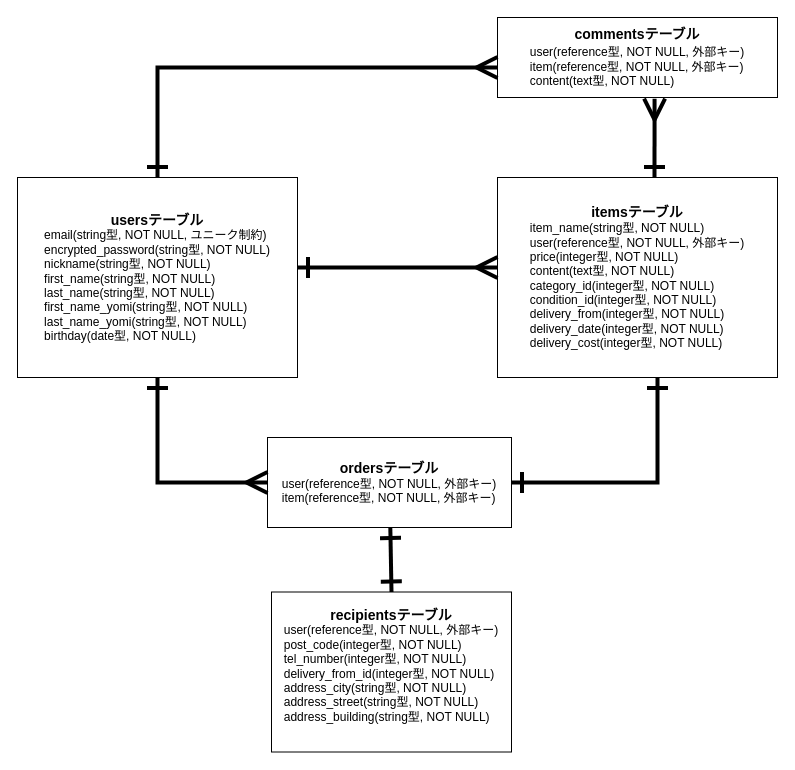
Earlier version of the draw.io diagram config/erzu.dio (tsukitoremon/furima-39857). Source tidied: cells renumbered, new cells numbered last; positions are measured from the earlier drawing's top-left corner, leaving out a move shared by most shapes. Both pictures are drawn from the tidied source at 100%, with x=0, y=0 at pixel (17, 17).
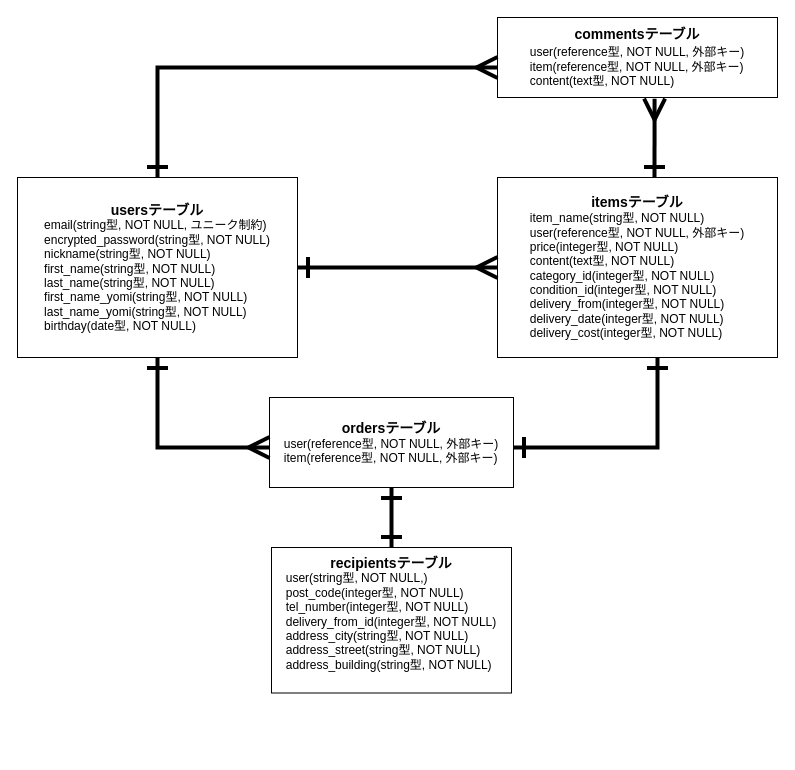
After the change.

Commit message (it also covers changes not shown here):
#3 データベース設計（再々々々々）

Change to the diagram source:
```diff
@@
     <mxCell id="2" value="&lt;font style=&quot;font-size: 14px;&quot;&gt;&lt;b&gt;usersテーブル&lt;/b&gt;&lt;/font&gt;&lt;br&gt;&lt;div style=&quot;text-align: left;&quot;&gt;&lt;span style=&quot;background-color: initial;&quot;&gt;email(string型, NOT NULL, ユニーク制約)&lt;/span&gt;&lt;/div&gt;&lt;div style=&quot;text-align: left;&quot;&gt;&lt;span style=&quot;background-color: initial;&quot;&gt;encrypted_password(string型, NOT NULL)&lt;/span&gt;&lt;/div&gt;&lt;div style=&quot;text-align: left;&quot;&gt;&lt;span style=&quot;background-color: initial;&quot;&gt;nickname(string型, NOT NULL)&lt;/span&gt;&lt;/div&gt;&lt;div style=&quot;text-align: left;&quot;&gt;&lt;span style=&quot;background-color: initial;&quot;&gt;first_name(string型, NOT NULL)&lt;/span&gt;&lt;/div&gt;&lt;div style=&quot;text-align: left;&quot;&gt;&lt;span style=&quot;background-color: initial;&quot;&gt;last_name(string型, NOT NULL)&lt;/span&gt;&lt;/div&gt;&lt;div style=&quot;text-align: left;&quot;&gt;&lt;span style=&quot;background-color: initial;&quot;&gt;first_name_yomi(string型, NOT NULL)&lt;/span&gt;&lt;/div&gt;&lt;div style=&quot;text-align: left;&quot;&gt;&lt;span style=&quot;background-color: initial;&quot;&gt;last_name_yomi(string型, NOT NULL)&lt;/span&gt;&lt;/div&gt;&lt;div style=&quot;text-align: left;&quot;&gt;&lt;span style=&quot;background-color: initial;&quot;&gt;birthday(date型, NOT NULL)&lt;/span&gt;&lt;/div&gt;" style="whiteSpace=wrap;html=1;" parent="1" vertex="1">
-      <mxGeometry y="160" width="280" height="200" as="geometry" />
+      <mxGeometry y="160" width="280" height="180" as="geometry" />
     </mxCell>
     <mxCell id="3" value="&lt;font style=&quot;font-size: 14px;&quot;&gt;&lt;b&gt;itemsテーブル&lt;/b&gt;&lt;/font&gt;&lt;br&gt;&lt;div style=&quot;text-align: left;&quot;&gt;&lt;span style=&quot;background-color: initial;&quot;&gt;item_name(string型, NOT NULL)&lt;/span&gt;&lt;/div&gt;&lt;div style=&quot;text-align: left;&quot;&gt;&lt;span style=&quot;background-color: initial;&quot;&gt;user(reference型, NOT NULL, 外部キー)&lt;/span&gt;&lt;/div&gt;&lt;div style=&quot;text-align: left;&quot;&gt;price(integer型, NOT NULL)&lt;span style=&quot;background-color: initial;&quot;&gt;&lt;br&gt;&lt;/span&gt;&lt;/div&gt;&lt;div style=&quot;text-align: left;&quot;&gt;content(text型, NOT NULL)&lt;br&gt;&lt;/div&gt;&lt;div style=&quot;text-align: left;&quot;&gt;&lt;span style=&quot;background-color: initial;&quot;&gt;category_id(integer型, NOT NULL)&lt;/span&gt;&lt;/div&gt;&lt;div style=&quot;text-align: left;&quot;&gt;condition_id(integer型, NOT NULL)&lt;span style=&quot;background-color: initial;&quot;&gt;&lt;br&gt;&lt;/span&gt;&lt;/div&gt;&lt;div style=&quot;text-align: left;&quot;&gt;delivery_from(integer型, NOT NULL)&lt;br&gt;&lt;/div&gt;&lt;div style=&quot;text-align: left;&quot;&gt;&lt;span style=&quot;background-color: initial;&quot;&gt;delivery_date(integer型, NOT NULL)&lt;/span&gt;&lt;/div&gt;&lt;div style=&quot;text-align: left;&quot;&gt;delivery_cost(integer型, NOT NULL)&lt;span style=&quot;background-color: initial;&quot;&gt;&lt;br&gt;&lt;/span&gt;&lt;/div&gt;" style="whiteSpace=wrap;html=1;" parent="1" vertex="1">
-      <mxGeometry x="480" y="160" width="280" height="200" as="geometry" />
+      <mxGeometry x="480" y="160" width="280" height="180" as="geometry" />
     </mxCell>
     <mxCell id="4" value="&lt;font style=&quot;font-size: 14px;&quot;&gt;&lt;b&gt;ordersテーブル&lt;/b&gt;&lt;/font&gt;&lt;br&gt;&lt;div style=&quot;text-align: left;&quot;&gt;&lt;span style=&quot;background-color: initial;&quot;&gt;user(reference型, NOT NULL, 外部キー)&lt;/span&gt;&lt;/div&gt;&lt;div style=&quot;text-align: left;&quot;&gt;&lt;span style=&quot;background-color: initial;&quot;&gt;item(reference型, NOT NULL, 外部キー)&lt;/span&gt;&lt;/div&gt;" style="whiteSpace=wrap;html=1;" parent="1" vertex="1">
-      <mxGeometry x="250" y="420" width="244" height="90" as="geometry" />
+      <mxGeometry x="252" y="380" width="244" height="90" as="geometry" />
     </mxCell>
@@
     <mxCell id="7" style="edgeStyle=orthogonalEdgeStyle;jettySize=auto;html=1;strokeWidth=4;fontSize=14;startArrow=ERone;startFill=0;endArrow=ERone;endFill=0;startSize=16;endSize=16;rounded=0;" parent="1" edge="1" source="4" target="3">
       <mxGeometry relative="1" as="geometry">
         <Array as="points">
-          <mxPoint x="640" y="465" />
+          <mxPoint x="640" y="430" />
         </Array>
       </mxGeometry>
     </mxCell>
     <mxCell id="8" style="edgeStyle=orthogonalEdgeStyle;jettySize=auto;html=1;strokeWidth=4;fontSize=14;startArrow=ERmany;startFill=0;endArrow=ERone;endFill=0;startSize=16;endSize=16;rounded=0;" parent="1" edge="1" source="4" target="2">
       <mxGeometry relative="1" as="geometry">
         <Array as="points">
-          <mxPoint x="140" y="465" />
+          <mxPoint x="140" y="430" />
         </Array>
       </mxGeometry>
     </mxCell>
@@
-    <mxCell id="11" value="&lt;font style=&quot;font-size: 14px;&quot;&gt;&lt;b&gt;recipientsテーブル&lt;br&gt;&lt;/b&gt;&lt;/font&gt;&lt;div style=&quot;text-align: left;&quot;&gt;&lt;span style=&quot;background-color: initial;&quot;&gt;user(reference型, NOT NULL, 外部キー)&lt;/span&gt;&lt;/div&gt;&lt;div style=&quot;text-align: left;&quot;&gt;&lt;span style=&quot;background-color: initial;&quot;&gt;post_code(integer型, NOT NULL)&lt;/span&gt;&lt;/div&gt;&lt;div style=&quot;text-align: left;&quot;&gt;&lt;span style=&quot;background-color: initial;&quot;&gt;tel_number(integer型, NOT NULL)&lt;/span&gt;&lt;/div&gt;&lt;div style=&quot;text-align: left;&quot;&gt;&lt;span style=&quot;background-color: initial;&quot;&gt;delivery_from_id(integer型, NOT NULL)&lt;/span&gt;&lt;/div&gt;&lt;div style=&quot;text-align: left;&quot;&gt;&lt;span style=&quot;background-color: initial;&quot;&gt;address_city(string型, NOT NULL)&lt;/span&gt;&lt;/div&gt;&lt;div style=&quot;text-align: left;&quot;&gt;address_street(string型, NOT NULL)&lt;span style=&quot;background-color: initial;&quot;&gt;&lt;br&gt;&lt;/span&gt;&lt;/div&gt;&lt;div style=&quot;text-align: left;&quot;&gt;address_building(string型, NOT NULL)&lt;br&gt;&lt;/div&gt;&lt;div style=&quot;text-align: left;&quot;&gt;&lt;br&gt;&lt;/div&gt;" style="whiteSpace=wrap;html=1;" parent="1" vertex="1">
-      <mxGeometry x="254" y="574.5" width="240" height="160" as="geometry" />
+    <mxCell id="11" value="&lt;font style=&quot;font-size: 14px;&quot;&gt;&lt;b&gt;recipientsテーブル&lt;br&gt;&lt;/b&gt;&lt;/font&gt;&lt;div style=&quot;text-align: left;&quot;&gt;&lt;span style=&quot;background-color: initial;&quot;&gt;user(string型, NOT NULL,)&lt;/span&gt;&lt;/div&gt;&lt;div style=&quot;text-align: left;&quot;&gt;&lt;span style=&quot;background-color: initial;&quot;&gt;post_code(integer型, NOT NULL)&lt;/span&gt;&lt;/div&gt;&lt;div style=&quot;text-align: left;&quot;&gt;&lt;span style=&quot;background-color: initial;&quot;&gt;tel_number(integer型, NOT NULL)&lt;/span&gt;&lt;/div&gt;&lt;div style=&quot;text-align: left;&quot;&gt;&lt;span style=&quot;background-color: initial;&quot;&gt;delivery_from_id(integer型, NOT NULL)&lt;/span&gt;&lt;/div&gt;&lt;div style=&quot;text-align: left;&quot;&gt;&lt;span style=&quot;background-color: initial;&quot;&gt;address_city(string型, NOT NULL)&lt;/span&gt;&lt;/div&gt;&lt;div style=&quot;text-align: left;&quot;&gt;address_street(string型, NOT NULL)&lt;span style=&quot;background-color: initial;&quot;&gt;&lt;br&gt;&lt;/span&gt;&lt;/div&gt;&lt;div style=&quot;text-align: left;&quot;&gt;address_building(string型, NOT NULL)&lt;br&gt;&lt;/div&gt;&lt;div style=&quot;text-align: left;&quot;&gt;&lt;br&gt;&lt;/div&gt;" style="whiteSpace=wrap;html=1;" parent="1" vertex="1">
+      <mxGeometry x="254" y="530" width="240" height="145.5" as="geometry" />
     </mxCell>
```
